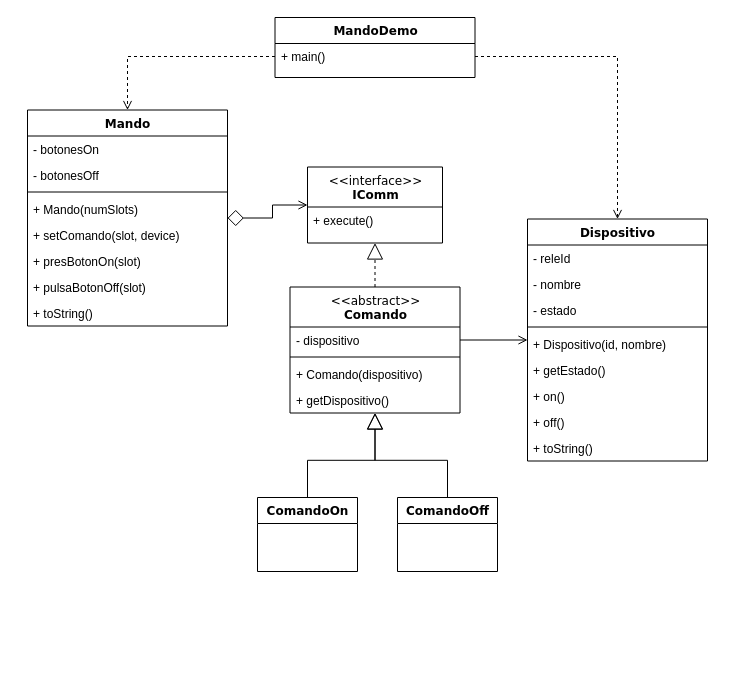
Before: u06/tarea_control/doc/control.drawio in fran-sc/prog-1920, a draw.io diagram. Source tidied: cells renumbered, new cells numbered last; positions are measured from the earlier drawing's top-left corner, leaving out a move shared by most shapes. Both pictures are drawn from the tidied source at 100%, with x=0, y=0 at pixel (27, 17).
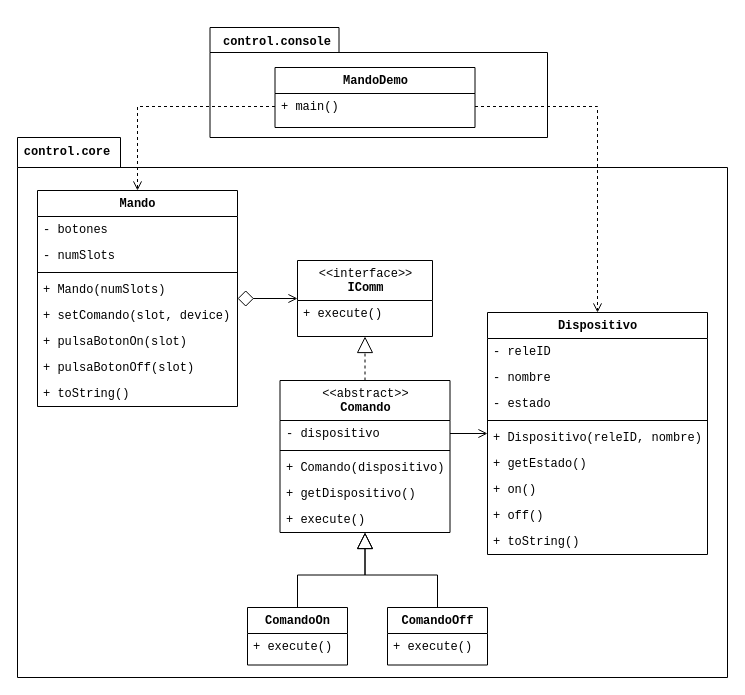
After the change.

What changed in the source:
```diff
@@
+    <mxCell id="39" style="shape=folder;fontStyle=1;spacingTop=10;tabWidth=129;tabHeight=25;tabPosition=left;html=1;" parent="1" vertex="1">
+      <mxGeometry x="182.5" y="10" width="337.5" height="110" as="geometry" />
+    </mxCell>
+    <mxCell id="40" style="shape=folder;fontStyle=1;spacingTop=10;tabWidth=103;tabHeight=30;tabPosition=left;html=1;fontFamily=Courier New;" parent="1" vertex="1">
+      <mxGeometry x="-10" y="120" width="710" height="540" as="geometry" />
+    </mxCell>
-    <mxCell id="2" style="edgeStyle=orthogonalEdgeStyle;rounded=0;jettySize=auto;html=1;exitX=0.5;exitY=0;exitDx=0;exitDy=0;endArrow=block;endFill=0;endSize=14;" parent="1" edge="1" source="3" target="5">
+    <mxCell id="2" style="edgeStyle=orthogonalEdgeStyle;rounded=0;jettySize=auto;html=1;exitX=0.5;exitY=0;exitDx=0;exitDy=0;endArrow=block;endFill=0;endSize=14;fontFamily=Courier New;" parent="1" edge="1" source="3" target="5">
       <mxGeometry relative="1" as="geometry" />
     </mxCell>
-    <mxCell id="3" value="ComandoOn" style="swimlane;html=1;fontStyle=1;align=center;verticalAlign=top;horizontal=1;startSize=26;swimlaneFillColor=#ffffff;rounded=0;shadow=0;comic=0;labelBackgroundColor=none;strokeWidth=1;fillColor=none;fontFamily=Verdana;fontSize=12;" parent="1" vertex="1">
-      <mxGeometry x="230" y="480" width="100" height="74" as="geometry" />
+    <mxCell id="3" value="ComandoOn" style="swimlane;html=1;fontStyle=1;align=center;verticalAlign=top;horizontal=1;startSize=26;swimlaneFillColor=#ffffff;rounded=0;shadow=0;comic=0;labelBackgroundColor=none;strokeWidth=1;fillColor=none;fontFamily=Courier New;fontSize=12;" parent="1" vertex="1">
+      <mxGeometry x="220" y="590" width="100" height="57.5" as="geometry" />
     </mxCell>
+    <mxCell id="41" value="+ execute()" style="text;html=1;strokeColor=none;fillColor=none;align=left;verticalAlign=top;spacingLeft=4;spacingRight=4;whiteSpace=wrap;overflow=hidden;fontFamily=Courier New;" parent="3" vertex="1">
+      <mxGeometry y="26" width="100" height="26" as="geometry" />
+    </mxCell>
-    <mxCell id="4" style="edgeStyle=orthogonalEdgeStyle;rounded=0;jettySize=auto;html=1;exitX=0.5;exitY=0;exitDx=0;exitDy=0;entryX=0.5;entryY=1;entryDx=0;entryDy=0;endArrow=block;endFill=0;endSize=14;dashed=1;" parent="1" edge="1" source="5" target="10">
+    <mxCell id="4" style="edgeStyle=orthogonalEdgeStyle;rounded=0;jettySize=auto;html=1;exitX=0.5;exitY=0;exitDx=0;exitDy=0;entryX=0.5;entryY=1;entryDx=0;entryDy=0;endArrow=block;endFill=0;endSize=14;dashed=1;fontFamily=Courier New;" parent="1" edge="1" source="5" target="10">
       <mxGeometry relative="1" as="geometry" />
     </mxCell>
-    <mxCell id="5" value="&lt;span style=&quot;font-weight: normal&quot;&gt;&amp;lt;&amp;lt;abstract&amp;gt;&amp;gt;&lt;/span&gt;&lt;br&gt;Comando" style="swimlane;html=1;fontStyle=1;align=center;verticalAlign=top;horizontal=1;startSize=40;swimlaneFillColor=#ffffff;rounded=0;shadow=0;comic=0;labelBackgroundColor=none;strokeWidth=1;fillColor=none;fontFamily=Verdana;fontSize=12;" parent="1" vertex="1">
-      <mxGeometry x="262.5" y="269.5" width="170" height="126" as="geometry" />
+    <mxCell id="5" value="&lt;span style=&quot;font-weight: normal&quot;&gt;&amp;lt;&amp;lt;abstract&amp;gt;&amp;gt;&lt;/span&gt;&lt;br&gt;Comando" style="swimlane;html=1;fontStyle=1;align=center;verticalAlign=top;horizontal=1;startSize=40;swimlaneFillColor=#ffffff;rounded=0;shadow=0;comic=0;labelBackgroundColor=none;strokeWidth=1;fillColor=none;fontFamily=Courier New;fontSize=12;" parent="1" vertex="1">
+      <mxGeometry x="252.5" y="363" width="170" height="152" as="geometry" />
     </mxCell>
-    <mxCell id="6" value="- dispositivo" style="text;html=1;strokeColor=none;fillColor=none;align=left;verticalAlign=top;spacingLeft=4;spacingRight=4;whiteSpace=wrap;overflow=hidden;points=[[0,0.5],[1,0.5]];portConstraint=eastwest;" parent="5" vertex="1">
+    <mxCell id="6" value="- dispositivo" style="text;html=1;strokeColor=none;fillColor=none;align=left;verticalAlign=top;spacingLeft=4;spacingRight=4;whiteSpace=wrap;overflow=hidden;points=[[0,0.5],[1,0.5]];portConstraint=eastwest;fontFamily=Courier New;" parent="5" vertex="1">
       <mxGeometry y="40" width="170" height="26" as="geometry" />
     </mxCell>
-    <mxCell id="7" style="line;html=1;strokeWidth=1;fillColor=none;align=left;verticalAlign=middle;spacingTop=-1;spacingLeft=3;spacingRight=3;labelPosition=right;" parent="5" vertex="1">
+    <mxCell id="7" style="line;html=1;strokeWidth=1;fillColor=none;align=left;verticalAlign=middle;spacingTop=-1;spacingLeft=3;spacingRight=3;labelPosition=right;fontFamily=Courier New;" parent="5" vertex="1">
       <mxGeometry y="66" width="170" height="8" as="geometry" />
     </mxCell>
-    <mxCell id="8" value="+ Comando(dispositivo)" style="text;html=1;strokeColor=none;fillColor=none;align=left;verticalAlign=top;spacingLeft=4;spacingRight=4;whiteSpace=wrap;overflow=hidden;" parent="5" vertex="1">
+    <mxCell id="8" value="+ Comando(dispositivo)" style="text;html=1;strokeColor=none;fillColor=none;align=left;verticalAlign=top;spacingLeft=4;spacingRight=4;whiteSpace=wrap;overflow=hidden;fontFamily=Courier New;" parent="5" vertex="1">
       <mxGeometry y="74" width="170" height="26" as="geometry" />
     </mxCell>
-    <mxCell id="9" value="+ getDispositivo()" style="text;html=1;strokeColor=none;fillColor=none;align=left;verticalAlign=top;spacingLeft=4;spacingRight=4;whiteSpace=wrap;overflow=hidden;" parent="5" vertex="1">
+    <mxCell id="9" value="+ getDispositivo()" style="text;html=1;strokeColor=none;fillColor=none;align=left;verticalAlign=top;spacingLeft=4;spacingRight=4;whiteSpace=wrap;overflow=hidden;fontFamily=Courier New;" parent="5" vertex="1">
       <mxGeometry y="100" width="170" height="26" as="geometry" />
     </mxCell>
+    <mxCell id="42" value="+ execute()" style="text;html=1;strokeColor=none;fillColor=none;align=left;verticalAlign=top;spacingLeft=4;spacingRight=4;whiteSpace=wrap;overflow=hidden;fontFamily=Courier New;" parent="5" vertex="1">
+      <mxGeometry y="126" width="170" height="26" as="geometry" />
+    </mxCell>
-    <mxCell id="10" value="&lt;span style=&quot;font-weight: normal&quot;&gt;&amp;lt;&amp;lt;interface&amp;gt;&amp;gt;&lt;/span&gt;&lt;br&gt;IComm" style="swimlane;html=1;fontStyle=1;align=center;verticalAlign=top;horizontal=1;startSize=40;swimlaneFillColor=#ffffff;rounded=0;shadow=0;comic=0;labelBackgroundColor=none;strokeWidth=1;fillColor=none;fontFamily=Verdana;fontSize=12;" parent="1" vertex="1">
-      <mxGeometry x="280" y="149.5" width="135" height="76" as="geometry" />
+    <mxCell id="10" value="&lt;span style=&quot;font-weight: normal&quot;&gt;&amp;lt;&amp;lt;interface&amp;gt;&amp;gt;&lt;/span&gt;&lt;br&gt;IComm" style="swimlane;html=1;fontStyle=1;align=center;verticalAlign=top;horizontal=1;startSize=40;swimlaneFillColor=#ffffff;rounded=0;shadow=0;comic=0;labelBackgroundColor=none;strokeWidth=1;fillColor=none;fontFamily=Courier New;fontSize=12;" parent="1" vertex="1">
+      <mxGeometry x="270" y="243" width="135" height="76" as="geometry" />
     </mxCell>
-    <mxCell id="11" value="+ execute()" style="text;html=1;strokeColor=none;fillColor=none;align=left;verticalAlign=top;spacingLeft=4;spacingRight=4;whiteSpace=wrap;overflow=hidden;" parent="10" vertex="1">
+    <mxCell id="11" value="+ execute()" style="text;html=1;strokeColor=none;fillColor=none;align=left;verticalAlign=top;spacingLeft=4;spacingRight=4;whiteSpace=wrap;overflow=hidden;fontFamily=Courier New;" parent="10" vertex="1">
       <mxGeometry y="40" width="135" height="26" as="geometry" />
     </mxCell>
-    <mxCell id="12" style="edgeStyle=orthogonalEdgeStyle;rounded=0;jettySize=auto;html=1;exitX=0.5;exitY=0;exitDx=0;exitDy=0;endArrow=block;endFill=0;endSize=14;" parent="1" edge="1" source="13" target="5">
+    <mxCell id="12" style="edgeStyle=orthogonalEdgeStyle;rounded=0;jettySize=auto;html=1;exitX=0.5;exitY=0;exitDx=0;exitDy=0;endArrow=block;endFill=0;endSize=14;fontFamily=Courier New;" parent="1" edge="1" source="13" target="5">
       <mxGeometry relative="1" as="geometry" />
     </mxCell>
-    <mxCell id="13" value="ComandoOff" style="swimlane;html=1;fontStyle=1;align=center;verticalAlign=top;horizontal=1;startSize=26;swimlaneFillColor=#ffffff;rounded=0;shadow=0;comic=0;labelBackgroundColor=none;strokeWidth=1;fillColor=none;fontFamily=Verdana;fontSize=12;" parent="1" vertex="1">
-      <mxGeometry x="370" y="480" width="100" height="74" as="geometry" />
+    <mxCell id="13" value="ComandoOff" style="swimlane;html=1;fontStyle=1;align=center;verticalAlign=top;horizontal=1;startSize=26;swimlaneFillColor=#ffffff;rounded=0;shadow=0;comic=0;labelBackgroundColor=none;strokeWidth=1;fillColor=none;fontFamily=Courier New;fontSize=12;" parent="1" vertex="1">
+      <mxGeometry x="360" y="590" width="100" height="57.5" as="geometry" />
     </mxCell>
+    <mxCell id="43" value="+ execute()" style="text;html=1;strokeColor=none;fillColor=none;align=left;verticalAlign=top;spacingLeft=4;spacingRight=4;whiteSpace=wrap;overflow=hidden;fontFamily=Courier New;" parent="13" vertex="1">
+      <mxGeometry y="26" width="100" height="26" as="geometry" />
+    </mxCell>
-    <mxCell id="14" style="edgeStyle=orthogonalEdgeStyle;rounded=0;jettySize=auto;html=1;endArrow=open;endFill=0;endSize=7;startArrow=diamond;startFill=0;startSize=14;" parent="1" edge="1" source="15" target="10">
+    <mxCell id="14" style="edgeStyle=orthogonalEdgeStyle;rounded=0;jettySize=auto;html=1;endArrow=open;endFill=0;endSize=7;startArrow=diamond;startFill=0;startSize=14;fontFamily=Courier New;" parent="1" edge="1" source="15" target="10">
       <mxGeometry relative="1" as="geometry" />
     </mxCell>
-    <mxCell id="15" value="Mando" style="swimlane;html=1;fontStyle=1;align=center;verticalAlign=top;horizontal=1;startSize=26;swimlaneFillColor=#ffffff;rounded=0;shadow=0;comic=0;labelBackgroundColor=none;strokeWidth=1;fillColor=none;fontFamily=Verdana;fontSize=12;" parent="1" vertex="1">
-      <mxGeometry y="92.5" width="200" height="216" as="geometry" />
+    <mxCell id="15" value="Mando" style="swimlane;html=1;fontStyle=1;align=center;verticalAlign=top;horizontal=1;startSize=26;swimlaneFillColor=#ffffff;rounded=0;shadow=0;comic=0;labelBackgroundColor=none;strokeWidth=1;fillColor=none;fontFamily=Courier New;fontSize=12;" parent="1" vertex="1">
+      <mxGeometry x="10" y="173" width="200" height="216" as="geometry" />
     </mxCell>
-    <mxCell id="16" value="- botonesOn" style="text;html=1;strokeColor=none;fillColor=none;align=left;verticalAlign=top;spacingLeft=4;spacingRight=4;whiteSpace=wrap;overflow=hidden;" parent="15" vertex="1">
+    <mxCell id="16" value="- botones" style="text;html=1;strokeColor=none;fillColor=none;align=left;verticalAlign=top;spacingLeft=4;spacingRight=4;whiteSpace=wrap;overflow=hidden;fontFamily=Courier New;" parent="15" vertex="1">
       <mxGeometry y="26" width="200" height="26" as="geometry" />
     </mxCell>
-    <mxCell id="17" value="- botonesOff" style="text;html=1;strokeColor=none;fillColor=none;align=left;verticalAlign=top;spacingLeft=4;spacingRight=4;whiteSpace=wrap;overflow=hidden;" parent="15" vertex="1">
+    <mxCell id="17" value="- numSlots" style="text;html=1;strokeColor=none;fillColor=none;align=left;verticalAlign=top;spacingLeft=4;spacingRight=4;whiteSpace=wrap;overflow=hidden;fontFamily=Courier New;" parent="15" vertex="1">
       <mxGeometry y="52" width="200" height="26" as="geometry" />
     </mxCell>
-    <mxCell id="18" style="line;html=1;strokeWidth=1;fillColor=none;align=left;verticalAlign=middle;spacingTop=-1;spacingLeft=3;spacingRight=3;labelPosition=right;" parent="15" vertex="1">
+    <mxCell id="18" style="line;html=1;strokeWidth=1;fillColor=none;align=left;verticalAlign=middle;spacingTop=-1;spacingLeft=3;spacingRight=3;labelPosition=right;fontFamily=Courier New;" parent="15" vertex="1">
       <mxGeometry y="78" width="200" height="8" as="geometry" />
     </mxCell>
-    <mxCell id="19" value="+ Mando(numSlots)" style="text;html=1;strokeColor=none;fillColor=none;align=left;verticalAlign=top;spacingLeft=4;spacingRight=4;whiteSpace=wrap;overflow=hidden;" parent="15" vertex="1">
+    <mxCell id="19" value="+ Mando(numSlots)" style="text;html=1;strokeColor=none;fillColor=none;align=left;verticalAlign=top;spacingLeft=4;spacingRight=4;whiteSpace=wrap;overflow=hidden;fontFamily=Courier New;" parent="15" vertex="1">
       <mxGeometry y="86" width="200" height="26" as="geometry" />
     </mxCell>
-    <mxCell id="20" value="+ setComando(slot, device)" style="text;html=1;strokeColor=none;fillColor=none;align=left;verticalAlign=top;spacingLeft=4;spacingRight=4;whiteSpace=wrap;overflow=hidden;" parent="15" vertex="1">
+    <mxCell id="20" value="+ setComando(slot, device)" style="text;html=1;strokeColor=none;fillColor=none;align=left;verticalAlign=top;spacingLeft=4;spacingRight=4;whiteSpace=wrap;overflow=hidden;fontFamily=Courier New;" parent="15" vertex="1">
       <mxGeometry y="112" width="200" height="26" as="geometry" />
     </mxCell>
-    <mxCell id="21" value="+ presBotonOn(slot)" style="text;html=1;strokeColor=none;fillColor=none;align=left;verticalAlign=top;spacingLeft=4;spacingRight=4;whiteSpace=wrap;overflow=hidden;" parent="15" vertex="1">
+    <mxCell id="21" value="+ pulsaBotonOn(slot)" style="text;html=1;strokeColor=none;fillColor=none;align=left;verticalAlign=top;spacingLeft=4;spacingRight=4;whiteSpace=wrap;overflow=hidden;fontFamily=Courier New;" parent="15" vertex="1">
       <mxGeometry y="138" width="200" height="26" as="geometry" />
     </mxCell>
-    <mxCell id="22" value="+ pulsaBotonOff(slot)" style="text;html=1;strokeColor=none;fillColor=none;align=left;verticalAlign=top;spacingLeft=4;spacingRight=4;whiteSpace=wrap;overflow=hidden;" parent="15" vertex="1">
+    <mxCell id="22" value="+ pulsaBotonOff(slot)" style="text;html=1;strokeColor=none;fillColor=none;align=left;verticalAlign=top;spacingLeft=4;spacingRight=4;whiteSpace=wrap;overflow=hidden;fontFamily=Courier New;" parent="15" vertex="1">
       <mxGeometry y="164" width="200" height="26" as="geometry" />
     </mxCell>
-    <mxCell id="23" value="+ toString()" style="text;html=1;strokeColor=none;fillColor=none;align=left;verticalAlign=top;spacingLeft=4;spacingRight=4;whiteSpace=wrap;overflow=hidden;" parent="15" vertex="1">
+    <mxCell id="23" value="+ toString()" style="text;html=1;strokeColor=none;fillColor=none;align=left;verticalAlign=top;spacingLeft=4;spacingRight=4;whiteSpace=wrap;overflow=hidden;fontFamily=Courier New;" parent="15" vertex="1">
       <mxGeometry y="190" width="200" height="26" as="geometry" />
     </mxCell>
-    <mxCell id="24" value="Dispositivo" style="swimlane;html=1;fontStyle=1;align=center;verticalAlign=top;horizontal=1;startSize=26;swimlaneFillColor=#ffffff;rounded=0;shadow=0;comic=0;labelBackgroundColor=none;strokeWidth=1;fillColor=none;fontFamily=Verdana;fontSize=12;" parent="1" vertex="1">
-      <mxGeometry x="500" y="201.5" width="180" height="242" as="geometry" />
+    <mxCell id="24" value="Dispositivo" style="swimlane;html=1;fontStyle=1;align=center;verticalAlign=top;horizontal=1;startSize=26;swimlaneFillColor=#ffffff;rounded=0;shadow=0;comic=0;labelBackgroundColor=none;strokeWidth=1;fillColor=none;fontFamily=Courier New;fontSize=12;" parent="1" vertex="1">
+      <mxGeometry x="460" y="295" width="220" height="242" as="geometry" />
     </mxCell>
-    <mxCell id="25" value="- releId" style="text;html=1;strokeColor=none;fillColor=none;align=left;verticalAlign=top;spacingLeft=4;spacingRight=4;whiteSpace=wrap;overflow=hidden;" parent="24" vertex="1">
-      <mxGeometry y="26" width="180" height="26" as="geometry" />
+    <mxCell id="25" value="- releID" style="text;html=1;strokeColor=none;fillColor=none;align=left;verticalAlign=top;spacingLeft=4;spacingRight=4;whiteSpace=wrap;overflow=hidden;fontFamily=Courier New;" parent="24" vertex="1">
+      <mxGeometry y="26" width="220" height="26" as="geometry" />
     </mxCell>
-    <mxCell id="26" value="- nombre" style="text;html=1;strokeColor=none;fillColor=none;align=left;verticalAlign=top;spacingLeft=4;spacingRight=4;whiteSpace=wrap;overflow=hidden;" parent="24" vertex="1">
-      <mxGeometry y="52" width="180" height="26" as="geometry" />
+    <mxCell id="26" value="- nombre" style="text;html=1;strokeColor=none;fillColor=none;align=left;verticalAlign=top;spacingLeft=4;spacingRight=4;whiteSpace=wrap;overflow=hidden;fontFamily=Courier New;" parent="24" vertex="1">
+      <mxGeometry y="52" width="220" height="26" as="geometry" />
     </mxCell>
-    <mxCell id="27" value="- estado" style="text;html=1;strokeColor=none;fillColor=none;align=left;verticalAlign=top;spacingLeft=4;spacingRight=4;whiteSpace=wrap;overflow=hidden;" parent="24" vertex="1">
-      <mxGeometry y="78" width="180" height="26" as="geometry" />
+    <mxCell id="27" value="- estado" style="text;html=1;strokeColor=none;fillColor=none;align=left;verticalAlign=top;spacingLeft=4;spacingRight=4;whiteSpace=wrap;overflow=hidden;fontFamily=Courier New;" parent="24" vertex="1">
+      <mxGeometry y="78" width="220" height="26" as="geometry" />
     </mxCell>
-    <mxCell id="28" style="line;html=1;strokeWidth=1;fillColor=none;align=left;verticalAlign=middle;spacingTop=-1;spacingLeft=3;spacingRight=3;labelPosition=right;" parent="24" vertex="1">
-      <mxGeometry y="104" width="180" height="8" as="geometry" />
+    <mxCell id="28" style="line;html=1;strokeWidth=1;fillColor=none;align=left;verticalAlign=middle;spacingTop=-1;spacingLeft=3;spacingRight=3;labelPosition=right;fontFamily=Courier New;" parent="24" vertex="1">
+      <mxGeometry y="104" width="220" height="8" as="geometry" />
     </mxCell>
-    <mxCell id="29" value="+ Dispositivo(id, nombre)" style="text;html=1;strokeColor=none;fillColor=none;align=left;verticalAlign=top;spacingLeft=4;spacingRight=4;whiteSpace=wrap;overflow=hidden;" parent="24" vertex="1">
-      <mxGeometry y="112" width="180" height="26" as="geometry" />
+    <mxCell id="29" value="+ Dispositivo(releID, nombre)" style="text;html=1;strokeColor=none;fillColor=none;align=left;verticalAlign=top;spacingLeft=4;spacingRight=4;whiteSpace=wrap;overflow=hidden;fontFamily=Courier New;" parent="24" vertex="1">
+      <mxGeometry y="112" width="220" height="26" as="geometry" />
     </mxCell>
-    <mxCell id="30" value="+ getEstado()" style="text;html=1;strokeColor=none;fillColor=none;align=left;verticalAlign=top;spacingLeft=4;spacingRight=4;whiteSpace=wrap;overflow=hidden;" parent="24" vertex="1">
-      <mxGeometry y="138" width="180" height="26" as="geometry" />
+    <mxCell id="30" value="+ getEstado()" style="text;html=1;strokeColor=none;fillColor=none;align=left;verticalAlign=top;spacingLeft=4;spacingRight=4;whiteSpace=wrap;overflow=hidden;fontFamily=Courier New;" parent="24" vertex="1">
+      <mxGeometry y="138" width="220" height="26" as="geometry" />
     </mxCell>
-    <mxCell id="31" value="+ on()" style="text;html=1;strokeColor=none;fillColor=none;align=left;verticalAlign=top;spacingLeft=4;spacingRight=4;whiteSpace=wrap;overflow=hidden;" parent="24" vertex="1">
-      <mxGeometry y="164" width="180" height="26" as="geometry" />
+    <mxCell id="31" value="+ on()" style="text;html=1;strokeColor=none;fillColor=none;align=left;verticalAlign=top;spacingLeft=4;spacingRight=4;whiteSpace=wrap;overflow=hidden;fontFamily=Courier New;" parent="24" vertex="1">
+      <mxGeometry y="164" width="220" height="26" as="geometry" />
     </mxCell>
-    <mxCell id="32" value="+ off()" style="text;html=1;strokeColor=none;fillColor=none;align=left;verticalAlign=top;spacingLeft=4;spacingRight=4;whiteSpace=wrap;overflow=hidden;" parent="24" vertex="1">
-      <mxGeometry y="190" width="180" height="26" as="geometry" />
+    <mxCell id="32" value="+ off()" style="text;html=1;strokeColor=none;fillColor=none;align=left;verticalAlign=top;spacingLeft=4;spacingRight=4;whiteSpace=wrap;overflow=hidden;fontFamily=Courier New;" parent="24" vertex="1">
+      <mxGeometry y="190" width="220" height="26" as="geometry" />
     </mxCell>
-    <mxCell id="33" value="+ toString()" style="text;html=1;strokeColor=none;fillColor=none;align=left;verticalAlign=top;spacingLeft=4;spacingRight=4;whiteSpace=wrap;overflow=hidden;" parent="24" vertex="1">
-      <mxGeometry y="216" width="180" height="26" as="geometry" />
+    <mxCell id="33" value="+ toString()" style="text;html=1;strokeColor=none;fillColor=none;align=left;verticalAlign=top;spacingLeft=4;spacingRight=4;whiteSpace=wrap;overflow=hidden;fontFamily=Courier New;" parent="24" vertex="1">
+      <mxGeometry y="216" width="220" height="26" as="geometry" />
     </mxCell>
-    <mxCell id="34" style="edgeStyle=orthogonalEdgeStyle;rounded=0;jettySize=auto;html=1;exitX=1;exitY=0.5;exitDx=0;exitDy=0;endArrow=open;endFill=0;endSize=7;" parent="1" edge="1" source="6" target="24">
+    <mxCell id="34" style="edgeStyle=orthogonalEdgeStyle;rounded=0;jettySize=auto;html=1;exitX=1;exitY=0.5;exitDx=0;exitDy=0;endArrow=open;endFill=0;endSize=7;fontFamily=Courier New;" parent="1" edge="1" source="6" target="24">
       <mxGeometry relative="1" as="geometry" />
     </mxCell>
-    <mxCell id="35" value="MandoDemo" style="swimlane;html=1;fontStyle=1;align=center;verticalAlign=top;horizontal=1;startSize=26;swimlaneFillColor=#ffffff;rounded=0;shadow=0;comic=0;labelBackgroundColor=none;strokeWidth=1;fillColor=none;fontFamily=Verdana;fontSize=12;" parent="1" vertex="1">
-      <mxGeometry x="247.5" width="200" height="60" as="geometry" />
+    <mxCell id="35" value="MandoDemo" style="swimlane;html=1;fontStyle=1;align=center;verticalAlign=top;horizontal=1;startSize=26;swimlaneFillColor=#ffffff;rounded=0;shadow=0;comic=0;labelBackgroundColor=none;strokeWidth=1;fillColor=none;fontFamily=Courier New;fontSize=12;" parent="1" vertex="1">
+      <mxGeometry x="247.5" y="50" width="200" height="60" as="geometry" />
     </mxCell>
-    <mxCell id="36" value="+ main()" style="text;html=1;strokeColor=none;fillColor=none;align=left;verticalAlign=top;spacingLeft=4;spacingRight=4;whiteSpace=wrap;overflow=hidden;points=[[0,0.5],[1,0.5]];portConstraint=eastwest;" parent="35" vertex="1">
+    <mxCell id="36" value="+ main()" style="text;html=1;strokeColor=none;fillColor=none;align=left;verticalAlign=top;spacingLeft=4;spacingRight=4;whiteSpace=wrap;overflow=hidden;points=[[0,0.5],[1,0.5]];portConstraint=eastwest;fontFamily=Courier New;" parent="35" vertex="1">
       <mxGeometry y="26" width="200" height="26" as="geometry" />
     </mxCell>
-    <mxCell id="37" style="edgeStyle=orthogonalEdgeStyle;rounded=0;jettySize=auto;html=1;exitX=0;exitY=0.5;exitDx=0;exitDy=0;startArrow=none;startFill=0;startSize=14;endArrow=open;endFill=0;endSize=7;dashed=1;" parent="1" edge="1" source="36" target="15">
+    <mxCell id="37" style="edgeStyle=orthogonalEdgeStyle;rounded=0;jettySize=auto;html=1;exitX=0;exitY=0.5;exitDx=0;exitDy=0;startArrow=none;startFill=0;startSize=14;endArrow=open;endFill=0;endSize=7;dashed=1;fontFamily=Courier New;" parent="1" edge="1" source="36" target="15">
       <mxGeometry relative="1" as="geometry" />
     </mxCell>
-    <mxCell id="38" style="edgeStyle=orthogonalEdgeStyle;rounded=0;jettySize=auto;html=1;entryX=0.5;entryY=0;entryDx=0;entryDy=0;dashed=1;startArrow=none;startFill=0;startSize=14;endArrow=open;endFill=0;endSize=7;" parent="1" edge="1" source="36" target="24">
+    <mxCell id="38" style="edgeStyle=orthogonalEdgeStyle;rounded=0;jettySize=auto;html=1;entryX=0.5;entryY=0;entryDx=0;entryDy=0;dashed=1;startArrow=none;startFill=0;startSize=14;endArrow=open;endFill=0;endSize=7;fontFamily=Courier New;" parent="1" edge="1" source="36" target="24">
       <mxGeometry relative="1" as="geometry" />
     </mxCell>
+    <mxCell id="44" value="&lt;b&gt;control.core&lt;/b&gt;" style="text;html=1;strokeColor=none;fillColor=none;align=center;verticalAlign=middle;whiteSpace=wrap;rounded=0;fontFamily=Courier New;" parent="1" vertex="1">
+      <mxGeometry x="20" y="120" width="40" height="30" as="geometry" />
+    </mxCell>
+    <mxCell id="45" value="&lt;b&gt;control.console&lt;/b&gt;" style="text;html=1;strokeColor=none;fillColor=none;align=center;verticalAlign=middle;whiteSpace=wrap;rounded=0;fontFamily=Courier New;" parent="1" vertex="1">
+      <mxGeometry x="230" y="10" width="40" height="30" as="geometry" />
+    </mxCell>
```
